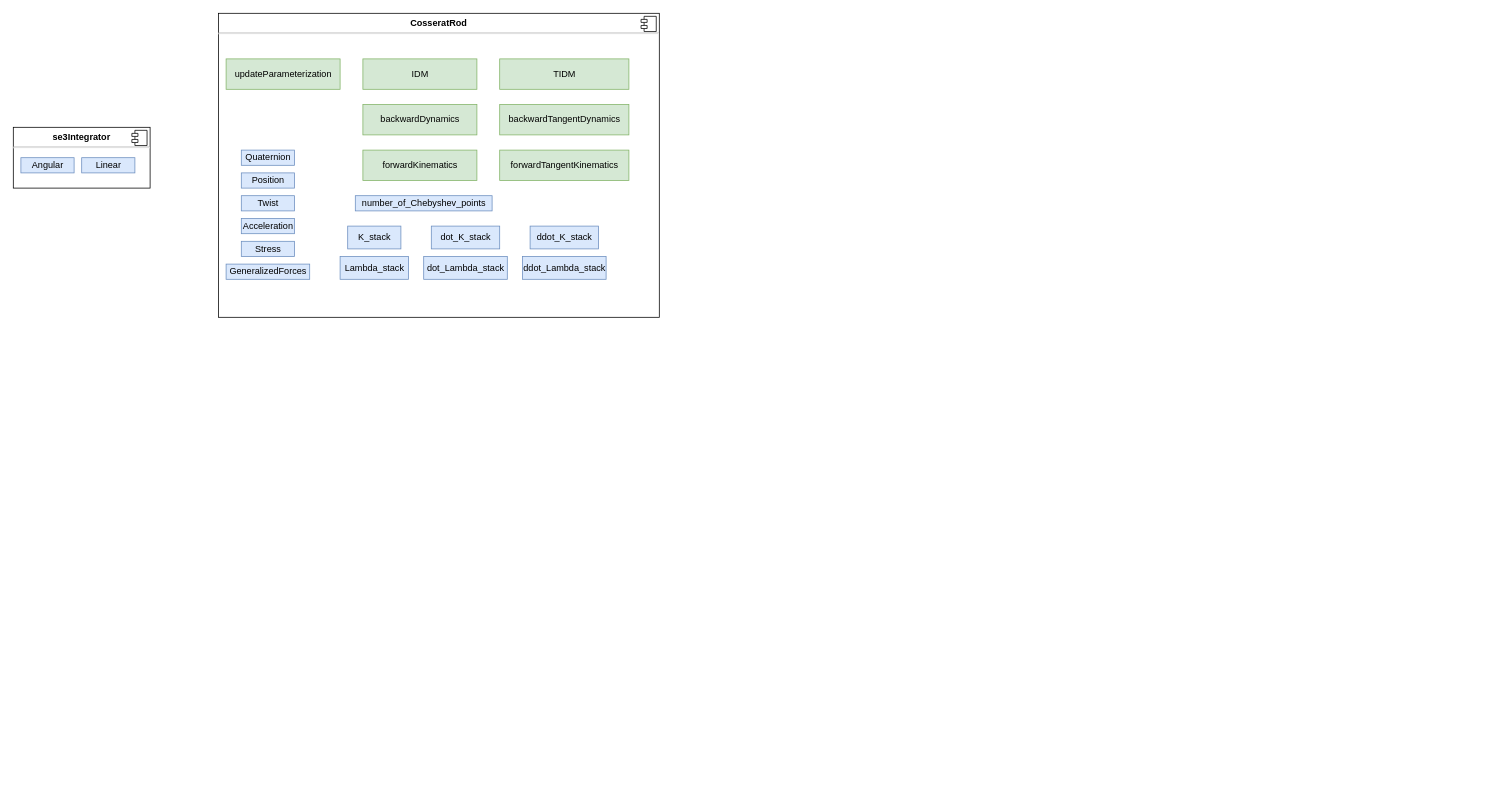
Before: UML/Components.drawio in aGotelli/CROSP, a draw.io diagram. Source tidied: cells renumbered, new cells numbered last; positions are measured from the earlier drawing's top-left corner, leaving out a move shared by most shapes. Both pictures are drawn from the tidied source at 76%, with x=0, y=0 at pixel (13, 13).
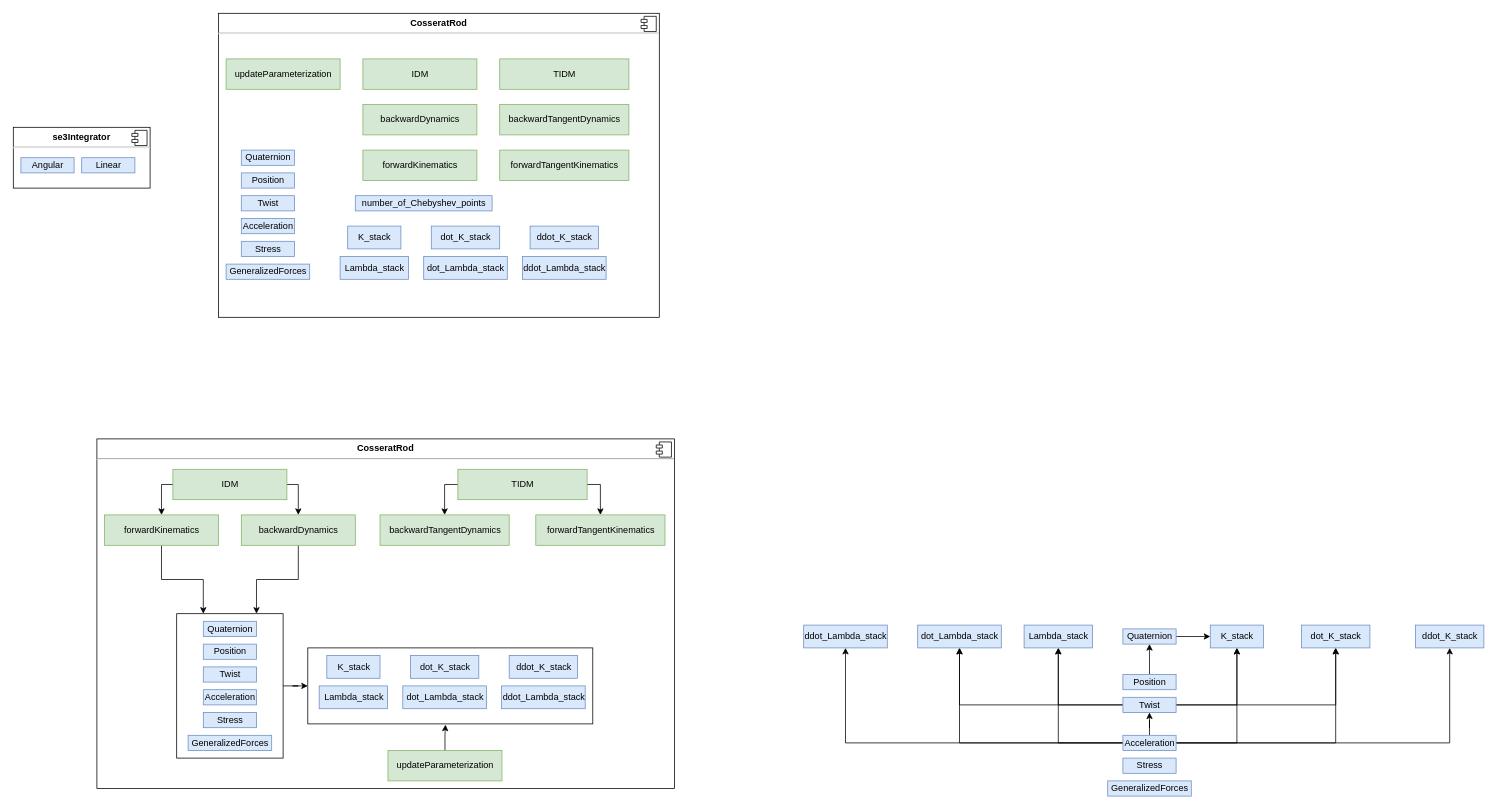
Above is the later version.

Commit message:
added component diagram

The edit, as a diff of the source:
```diff
@@
+    <mxCell id="28" value="&lt;p style=&quot;margin:0px;margin-top:6px;text-align:center;&quot;&gt;&lt;b&gt;CosseratRod&lt;/b&gt;&lt;/p&gt;&lt;hr&gt;&lt;p style=&quot;margin:0px;margin-left:8px;&quot;&gt;&lt;br&gt;&lt;/p&gt;" style="align=left;overflow=fill;html=1;" parent="1" vertex="1">
+      <mxGeometry x="110" y="560" width="760" height="460" as="geometry" />
+    </mxCell>
+    <mxCell id="29" style="shape=component;jettyWidth=8;jettyHeight=4;" parent="28" vertex="1">
+      <mxGeometry x="1" width="20" height="20" relative="1" as="geometry">
+        <mxPoint x="-24" y="4" as="offset" />
+      </mxGeometry>
+    </mxCell>
+    <mxCell id="30" style="rounded=0;whiteSpace=wrap;html=1;fillColor=none;" parent="1" vertex="1">
+      <mxGeometry x="215" y="790" width="140" height="190" as="geometry" />
+    </mxCell>
@@
+    <mxCell id="31" value="Quaternion" style="html=1;fillColor=#dae8fc;strokeColor=#6c8ebf;" parent="1" vertex="1">
+      <mxGeometry x="250" y="800" width="70" height="20" as="geometry" />
+    </mxCell>
+    <mxCell id="32" value="Position" style="html=1;fillColor=#dae8fc;strokeColor=#6c8ebf;" parent="1" vertex="1">
+      <mxGeometry x="250" y="830" width="70" height="20" as="geometry" />
+    </mxCell>
+    <mxCell id="33" value="Twist" style="html=1;fillColor=#dae8fc;strokeColor=#6c8ebf;" parent="1" vertex="1">
+      <mxGeometry x="250" y="860" width="70" height="20" as="geometry" />
+    </mxCell>
+    <mxCell id="34" value="Acceleration" style="html=1;fillColor=#dae8fc;strokeColor=#6c8ebf;" parent="1" vertex="1">
+      <mxGeometry x="250" y="890" width="70" height="20" as="geometry" />
+    </mxCell>
+    <mxCell id="35" value="Stress" style="html=1;fillColor=#dae8fc;strokeColor=#6c8ebf;" parent="1" vertex="1">
+      <mxGeometry x="250" y="920" width="70" height="20" as="geometry" />
+    </mxCell>
+    <mxCell id="36" value="GeneralizedForces" style="html=1;fillColor=#dae8fc;strokeColor=#6c8ebf;" parent="1" vertex="1">
+      <mxGeometry x="230" y="950" width="110" height="20" as="geometry" />
+    </mxCell>
+    <mxCell id="37" value="K_stack" style="html=1;fillColor=#dae8fc;strokeColor=#6c8ebf;" parent="1" vertex="1">
+      <mxGeometry x="412.5" y="845" width="70" height="30" as="geometry" />
+    </mxCell>
+    <mxCell id="38" value="Lambda_stack" style="html=1;fillColor=#dae8fc;strokeColor=#6c8ebf;" parent="1" vertex="1">
+      <mxGeometry x="402.5" y="885" width="90" height="30" as="geometry" />
+    </mxCell>
+    <mxCell id="39" value="dot_K_stack" style="html=1;fillColor=#dae8fc;strokeColor=#6c8ebf;" parent="1" vertex="1">
+      <mxGeometry x="522.5" y="845" width="90" height="30" as="geometry" />
+    </mxCell>
+    <mxCell id="40" value="dot_Lambda_stack" style="html=1;fillColor=#dae8fc;strokeColor=#6c8ebf;" parent="1" vertex="1">
+      <mxGeometry x="512.5" y="885" width="110" height="30" as="geometry" />
+    </mxCell>
+    <mxCell id="41" value="ddot_K_stack" style="html=1;fillColor=#dae8fc;strokeColor=#6c8ebf;" parent="1" vertex="1">
+      <mxGeometry x="652.5" y="845" width="90" height="30" as="geometry" />
+    </mxCell>
+    <mxCell id="42" value="ddot_Lambda_stack" style="html=1;fillColor=#dae8fc;strokeColor=#6c8ebf;" parent="1" vertex="1">
+      <mxGeometry x="642.5" y="885" width="110" height="30" as="geometry" />
+    </mxCell>
+    <mxCell id="43" style="edgeStyle=orthogonalEdgeStyle;rounded=0;jettySize=auto;html=1;entryX=0.483;entryY=1.01;entryDx=0;entryDy=0;entryPerimeter=0;" parent="1" edge="1" source="44" target="57">
+      <mxGeometry relative="1" as="geometry" />
+    </mxCell>
+    <mxCell id="44" value="updateParameterization" style="html=1;fillColor=#d5e8d4;strokeColor=#82b366;" parent="1" vertex="1">
+      <mxGeometry x="493" y="970" width="150" height="40" as="geometry" />
+    </mxCell>
+    <mxCell id="45" style="edgeStyle=orthogonalEdgeStyle;rounded=0;jettySize=auto;html=1;entryX=0.25;entryY=0;entryDx=0;entryDy=0;" parent="1" edge="1" source="46" target="30">
+      <mxGeometry relative="1" as="geometry" />
+    </mxCell>
+    <mxCell id="46" value="forwardKinematics" style="html=1;fillColor=#d5e8d4;strokeColor=#82b366;" parent="1" vertex="1">
+      <mxGeometry x="120" y="660" width="150" height="40" as="geometry" />
+    </mxCell>
+    <mxCell id="47" style="edgeStyle=orthogonalEdgeStyle;rounded=0;jettySize=auto;html=1;entryX=0.75;entryY=0;entryDx=0;entryDy=0;" parent="1" edge="1" source="48" target="30">
+      <mxGeometry relative="1" as="geometry" />
+    </mxCell>
+    <mxCell id="48" value="backwardDynamics" style="html=1;fillColor=#d5e8d4;strokeColor=#82b366;" parent="1" vertex="1">
+      <mxGeometry x="300" y="660" width="150" height="40" as="geometry" />
+    </mxCell>
+    <mxCell id="49" style="edgeStyle=orthogonalEdgeStyle;rounded=0;jettySize=auto;html=1;entryX=0.5;entryY=0;entryDx=0;entryDy=0;exitX=1;exitY=0.5;exitDx=0;exitDy=0;" parent="1" edge="1" source="51" target="48">
+      <mxGeometry relative="1" as="geometry">
+        <Array as="points">
+          <mxPoint x="375" y="620" />
+        </Array>
+      </mxGeometry>
+    </mxCell>
+    <mxCell id="50" style="edgeStyle=orthogonalEdgeStyle;rounded=0;jettySize=auto;html=1;entryX=0.5;entryY=0;entryDx=0;entryDy=0;exitX=0;exitY=0.5;exitDx=0;exitDy=0;" parent="1" edge="1" source="51" target="46">
+      <mxGeometry relative="1" as="geometry">
+        <Array as="points">
+          <mxPoint x="195" y="620" />
+        </Array>
+      </mxGeometry>
+    </mxCell>
+    <mxCell id="51" value="IDM" style="html=1;fillColor=#d5e8d4;strokeColor=#82b366;" parent="1" vertex="1">
+      <mxGeometry x="210" y="600" width="150" height="40" as="geometry" />
+    </mxCell>
+    <mxCell id="52" value="forwardTangentKinematics" style="html=1;fillColor=#d5e8d4;strokeColor=#82b366;" parent="1" vertex="1">
+      <mxGeometry x="687.5" y="660" width="170" height="40" as="geometry" />
+    </mxCell>
+    <mxCell id="53" value="backwardTangentDynamics" style="html=1;fillColor=#d5e8d4;strokeColor=#82b366;" parent="1" vertex="1">
+      <mxGeometry x="482.5" y="660" width="170" height="40" as="geometry" />
+    </mxCell>
+    <mxCell id="54" style="edgeStyle=orthogonalEdgeStyle;rounded=0;jettySize=auto;html=1;entryX=0.5;entryY=0;entryDx=0;entryDy=0;exitX=1;exitY=0.5;exitDx=0;exitDy=0;" parent="1" edge="1" source="56" target="52">
+      <mxGeometry relative="1" as="geometry">
+        <Array as="points">
+          <mxPoint x="772.5" y="620" />
+        </Array>
+      </mxGeometry>
+    </mxCell>
+    <mxCell id="55" style="edgeStyle=orthogonalEdgeStyle;rounded=0;jettySize=auto;html=1;entryX=0.5;entryY=0;entryDx=0;entryDy=0;exitX=0;exitY=0.5;exitDx=0;exitDy=0;" parent="1" edge="1" source="56" target="53">
+      <mxGeometry relative="1" as="geometry">
+        <Array as="points">
+          <mxPoint x="567.5" y="620" />
+        </Array>
+      </mxGeometry>
+    </mxCell>
+    <mxCell id="56" value="TIDM" style="html=1;fillColor=#d5e8d4;strokeColor=#82b366;" parent="1" vertex="1">
+      <mxGeometry x="585" y="600" width="170" height="40" as="geometry" />
+    </mxCell>
+    <mxCell id="57" style="rounded=0;whiteSpace=wrap;html=1;fillColor=none;" parent="1" vertex="1">
+      <mxGeometry x="387.5" y="835" width="375" height="100" as="geometry" />
+    </mxCell>
+    <mxCell id="58" style="edgeStyle=orthogonalEdgeStyle;rounded=0;jettySize=auto;html=1;entryX=0;entryY=0.5;entryDx=0;entryDy=0;" parent="1" edge="1" source="30" target="57">
+      <mxGeometry relative="1" as="geometry" />
+    </mxCell>
+    <mxCell id="59" style="edgeStyle=orthogonalEdgeStyle;rounded=0;jettySize=auto;html=1;entryX=0;entryY=0.5;entryDx=0;entryDy=0;" parent="1" edge="1" source="60" target="78">
+      <mxGeometry relative="1" as="geometry" />
+    </mxCell>
+    <mxCell id="60" value="Quaternion" style="html=1;fillColor=#dae8fc;strokeColor=#6c8ebf;" parent="1" vertex="1">
+      <mxGeometry x="1460" y="810" width="70" height="20" as="geometry" />
+    </mxCell>
+    <mxCell id="61" style="edgeStyle=orthogonalEdgeStyle;rounded=0;jettySize=auto;html=1;entryX=0.5;entryY=1;entryDx=0;entryDy=0;" parent="1" edge="1" source="62" target="60">
+      <mxGeometry relative="1" as="geometry" />
+    </mxCell>
+    <mxCell id="62" value="Position" style="html=1;fillColor=#dae8fc;strokeColor=#6c8ebf;" parent="1" vertex="1">
+      <mxGeometry x="1460" y="870" width="70" height="20" as="geometry" />
+    </mxCell>
+    <mxCell id="63" style="edgeStyle=orthogonalEdgeStyle;rounded=0;jettySize=auto;html=1;entryX=0.5;entryY=1;entryDx=0;entryDy=0;" parent="1" edge="1" source="67" target="78">
+      <mxGeometry relative="1" as="geometry" />
+    </mxCell>
+    <mxCell id="64" style="edgeStyle=orthogonalEdgeStyle;rounded=0;jettySize=auto;html=1;entryX=0.5;entryY=1;entryDx=0;entryDy=0;" parent="1" edge="1" source="67" target="80">
+      <mxGeometry relative="1" as="geometry" />
+    </mxCell>
+    <mxCell id="65" style="edgeStyle=orthogonalEdgeStyle;rounded=0;jettySize=auto;html=1;" parent="1" edge="1" source="67" target="79">
+      <mxGeometry relative="1" as="geometry" />
+    </mxCell>
+    <mxCell id="66" style="edgeStyle=orthogonalEdgeStyle;rounded=0;jettySize=auto;html=1;entryX=0.5;entryY=1;entryDx=0;entryDy=0;" parent="1" edge="1" source="67" target="81">
+      <mxGeometry relative="1" as="geometry" />
+    </mxCell>
+    <mxCell id="67" value="Twist" style="html=1;fillColor=#dae8fc;strokeColor=#6c8ebf;" parent="1" vertex="1">
+      <mxGeometry x="1460" y="900" width="70" height="20" as="geometry" />
+    </mxCell>
+    <mxCell id="68" style="edgeStyle=orthogonalEdgeStyle;rounded=0;jettySize=auto;html=1;entryX=0.5;entryY=1;entryDx=0;entryDy=0;" parent="1" edge="1" source="75" target="67">
+      <mxGeometry relative="1" as="geometry" />
+    </mxCell>
+    <mxCell id="69" style="edgeStyle=orthogonalEdgeStyle;rounded=0;jettySize=auto;html=1;" parent="1" edge="1" source="75" target="78">
+      <mxGeometry relative="1" as="geometry" />
+    </mxCell>
+    <mxCell id="70" style="edgeStyle=orthogonalEdgeStyle;rounded=0;jettySize=auto;html=1;" parent="1" edge="1" source="75" target="80">
+      <mxGeometry relative="1" as="geometry" />
+    </mxCell>
+    <mxCell id="71" style="edgeStyle=orthogonalEdgeStyle;rounded=0;jettySize=auto;html=1;" parent="1" edge="1" source="75" target="82">
+      <mxGeometry relative="1" as="geometry" />
+    </mxCell>
+    <mxCell id="72" style="edgeStyle=orthogonalEdgeStyle;rounded=0;jettySize=auto;html=1;" parent="1" edge="1" source="75" target="79">
+      <mxGeometry relative="1" as="geometry" />
+    </mxCell>
+    <mxCell id="73" style="edgeStyle=orthogonalEdgeStyle;rounded=0;jettySize=auto;html=1;" parent="1" edge="1" source="75" target="81">
+      <mxGeometry relative="1" as="geometry" />
+    </mxCell>
+    <mxCell id="74" style="edgeStyle=orthogonalEdgeStyle;rounded=0;jettySize=auto;html=1;entryX=0.5;entryY=1;entryDx=0;entryDy=0;" parent="1" edge="1" source="75" target="83">
+      <mxGeometry relative="1" as="geometry" />
+    </mxCell>
+    <mxCell id="75" value="Acceleration" style="html=1;fillColor=#dae8fc;strokeColor=#6c8ebf;" parent="1" vertex="1">
+      <mxGeometry x="1460" y="950" width="70" height="20" as="geometry" />
+    </mxCell>
+    <mxCell id="76" value="Stress" style="html=1;fillColor=#dae8fc;strokeColor=#6c8ebf;" parent="1" vertex="1">
+      <mxGeometry x="1460" y="980" width="70" height="20" as="geometry" />
+    </mxCell>
+    <mxCell id="77" value="GeneralizedForces" style="html=1;fillColor=#dae8fc;strokeColor=#6c8ebf;" parent="1" vertex="1">
+      <mxGeometry x="1440" y="1010" width="110" height="20" as="geometry" />
+    </mxCell>
+    <mxCell id="78" value="K_stack" style="html=1;fillColor=#dae8fc;strokeColor=#6c8ebf;" parent="1" vertex="1">
+      <mxGeometry x="1575" y="805" width="70" height="30" as="geometry" />
+    </mxCell>
+    <mxCell id="79" value="Lambda_stack" style="html=1;fillColor=#dae8fc;strokeColor=#6c8ebf;" parent="1" vertex="1">
+      <mxGeometry x="1330" y="805" width="90" height="30" as="geometry" />
+    </mxCell>
+    <mxCell id="80" value="dot_K_stack" style="html=1;fillColor=#dae8fc;strokeColor=#6c8ebf;" parent="1" vertex="1">
+      <mxGeometry x="1695" y="805" width="90" height="30" as="geometry" />
+    </mxCell>
+    <mxCell id="81" value="dot_Lambda_stack" style="html=1;fillColor=#dae8fc;strokeColor=#6c8ebf;" parent="1" vertex="1">
+      <mxGeometry x="1190" y="805" width="110" height="30" as="geometry" />
+    </mxCell>
+    <mxCell id="82" value="ddot_K_stack" style="html=1;fillColor=#dae8fc;strokeColor=#6c8ebf;" parent="1" vertex="1">
+      <mxGeometry x="1845" y="805" width="90" height="30" as="geometry" />
+    </mxCell>
+    <mxCell id="83" value="ddot_Lambda_stack" style="html=1;fillColor=#dae8fc;strokeColor=#6c8ebf;" parent="1" vertex="1">
+      <mxGeometry x="1040" y="805" width="110" height="30" as="geometry" />
+    </mxCell>
```
